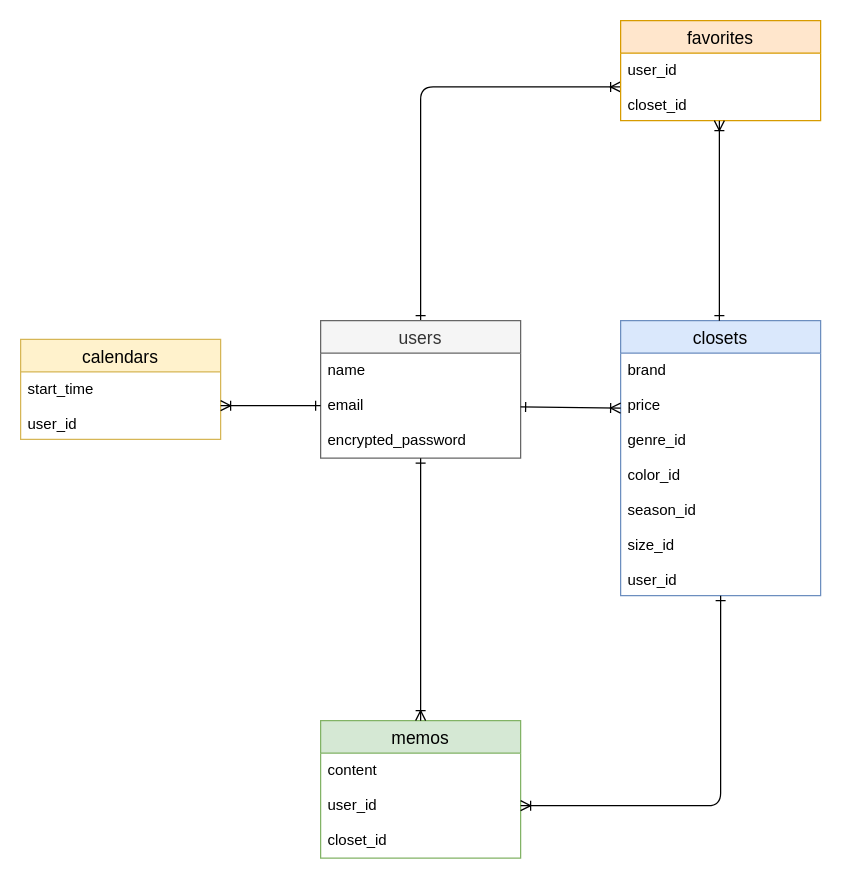
The draw.io diagram ER.dio in Tsukumo290/app-38322, before the edit. Source tidied: cells renumbered, new cells numbered last; positions are measured from the earlier drawing's top-left corner, leaving out a move shared by most shapes. Both pictures are drawn from the tidied source at 125%, with x=0, y=0 at pixel (20, 20).
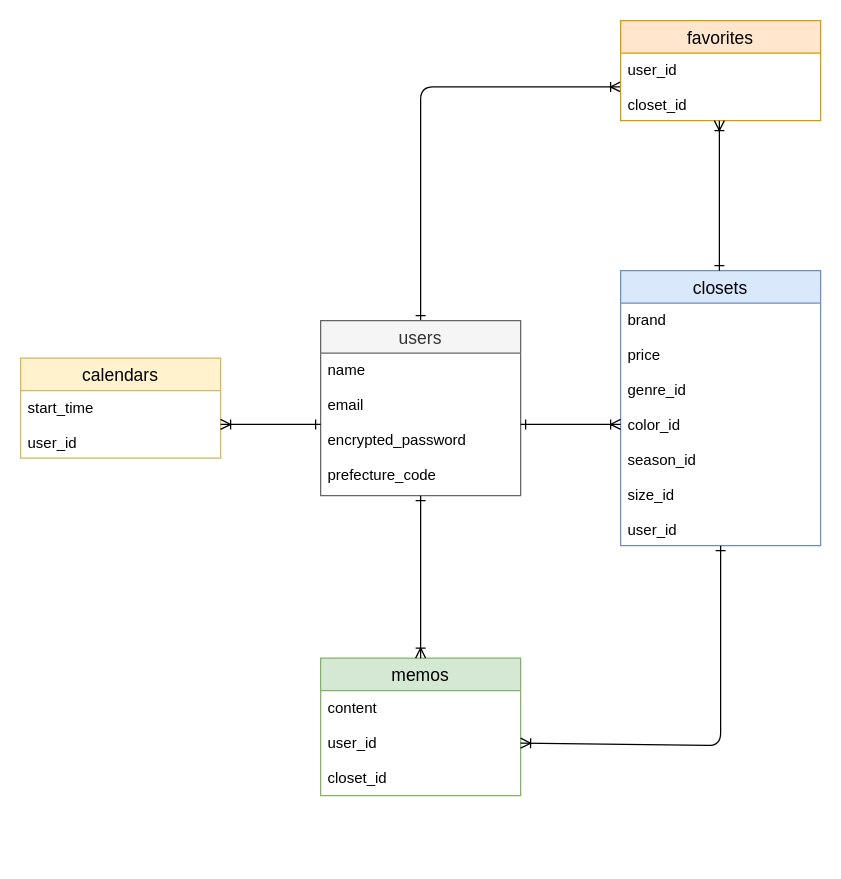
Above is the later version.

The change refers to these unchanged cells:
```xml
<mxCell id="6" value="brand&#10;&#10;price&#10;&#10;genre_id&#10;&#10;color_id&#10;&#10;season_id&#10;&#10;size_id&#10;&#10;user_id" style="text;strokeColor=none;fillColor=none;spacingLeft=4;spacingRight=4;overflow=hidden;points=[[0,0.5],[1,0.5]];portConstraint=eastwest;fontSize=12;" parent="5" vertex="1">
  <mxGeometry y="26" width="160" height="194" as="geometry" />
</mxCell>
<mxCell id="9" value="content&#10;&#10;user_id&#10;&#10;closet_id" style="text;strokeColor=none;fillColor=none;spacingLeft=4;spacingRight=4;overflow=hidden;points=[[0,0.5],[1,0.5]];portConstraint=eastwest;fontSize=12;" parent="8" vertex="1">
  <mxGeometry y="26" width="160" height="84" as="geometry" />
</mxCell>
<mxCell id="16" value="start_time&#10;&#10;user_id" style="text;strokeColor=none;fillColor=none;spacingLeft=4;spacingRight=4;overflow=hidden;points=[[0,0.5],[1,0.5]];portConstraint=eastwest;fontSize=12;" parent="15" vertex="1">
  <mxGeometry y="26" width="160" height="54" as="geometry" />
</mxCell>
```

The edit, as a diff of the source:
```diff
@@
     <mxCell id="3" value="users" style="swimlane;fontStyle=0;horizontal=1;startSize=26;align=center;fontSize=14;fillColor=#f5f5f5;fontColor=#333333;strokeColor=#666666;" parent="1" vertex="1">
-      <mxGeometry x="240" y="240" width="160" height="110" as="geometry" />
+      <mxGeometry x="240" y="240" width="160" height="140" as="geometry" />
     </mxCell>
-    <mxCell id="4" value="name&#10;&#10;email&#10;&#10;encrypted_password" style="text;strokeColor=none;fillColor=none;spacingLeft=4;spacingRight=4;overflow=hidden;points=[[0,0.5],[1,0.5]];portConstraint=eastwest;fontSize=12;" parent="3" vertex="1">
-      <mxGeometry y="26" width="160" height="84" as="geometry" />
+    <mxCell id="4" value="name&#10;&#10;email&#10;&#10;encrypted_password&#10;&#10;prefecture_code" style="text;strokeColor=none;fillColor=none;spacingLeft=4;spacingRight=4;overflow=hidden;points=[[0,0.5],[1,0.5]];portConstraint=eastwest;fontSize=12;" parent="3" vertex="1">
+      <mxGeometry y="26" width="160" height="114" as="geometry" />
     </mxCell>
     <mxCell id="5" value="closets" style="swimlane;fontStyle=0;horizontal=1;startSize=26;align=center;fontSize=14;fillColor=#dae8fc;strokeColor=#6c8ebf;" parent="1" vertex="1">
-      <mxGeometry x="480" y="240" width="160" height="220" as="geometry" />
+      <mxGeometry x="480" y="200" width="160" height="220" as="geometry" />
     </mxCell>
@@
-    <mxCell id="7" style="edgeStyle=none;html=1;startArrow=ERone;startFill=0;endArrow=ERoneToMany;endFill=0;" parent="1" edge="1" source="4">
-      <mxGeometry relative="1" as="geometry">
-        <mxPoint x="480" y="310" as="targetPoint" />
-      </mxGeometry>
+    <mxCell id="7" style="edgeStyle=none;html=1;startArrow=ERone;startFill=0;endArrow=ERoneToMany;endFill=0;entryX=0;entryY=0.5;entryDx=0;entryDy=0;" parent="1" edge="1" source="4" target="6">
+      <mxGeometry relative="1" as="geometry" />
     </mxCell>
     <mxCell id="8" value="memos" style="swimlane;fontStyle=0;horizontal=1;startSize=26;align=center;fontSize=14;fillColor=#d5e8d4;strokeColor=#82b366;" parent="1" vertex="1">
-      <mxGeometry x="240" y="560" width="160" height="110" as="geometry" />
+      <mxGeometry x="240" y="510" width="160" height="110" as="geometry" />
     </mxCell>
@@
     <mxCell id="11" style="edgeStyle=none;html=1;entryX=1;entryY=0.5;entryDx=0;entryDy=0;endArrow=ERoneToMany;endFill=0;startArrow=ERone;startFill=0;" parent="1" edge="1" source="6" target="9">
       <mxGeometry relative="1" as="geometry">
         <Array as="points">
-          <mxPoint x="560" y="628" />
+          <mxPoint x="560" y="580" />
         </Array>
       </mxGeometry>
     </mxCell>
@@
     <mxCell id="14" style="edgeStyle=none;html=1;startArrow=ERone;startFill=0;endArrow=ERoneToMany;endFill=0;" parent="1" edge="1">
       <mxGeometry relative="1" as="geometry">
-        <mxPoint x="559" y="240" as="sourcePoint" />
+        <mxPoint x="559" y="200" as="sourcePoint" />
         <mxPoint x="559" y="80" as="targetPoint" />
       </mxGeometry>
     </mxCell>
     <mxCell id="15" value="calendars" style="swimlane;fontStyle=0;horizontal=1;startSize=26;align=center;fontSize=14;fillColor=#fff2cc;strokeColor=#d6b656;" parent="1" vertex="1">
-      <mxGeometry y="255" width="160" height="80" as="geometry" />
+      <mxGeometry y="270" width="160" height="80" as="geometry" />
     </mxCell>
@@
-    <mxCell id="17" style="edgeStyle=none;html=1;startArrow=ERone;startFill=0;endArrow=ERoneToMany;endFill=0;" parent="1" edge="1" source="4">
-      <mxGeometry relative="1" as="geometry">
-        <mxPoint x="160" y="308" as="targetPoint" />
-      </mxGeometry>
+    <mxCell id="17" style="edgeStyle=none;html=1;startArrow=ERone;startFill=0;endArrow=ERoneToMany;endFill=0;entryX=1;entryY=0.5;entryDx=0;entryDy=0;" parent="1" edge="1" source="4" target="16">
+      <mxGeometry relative="1" as="geometry" />
     </mxCell>
```
